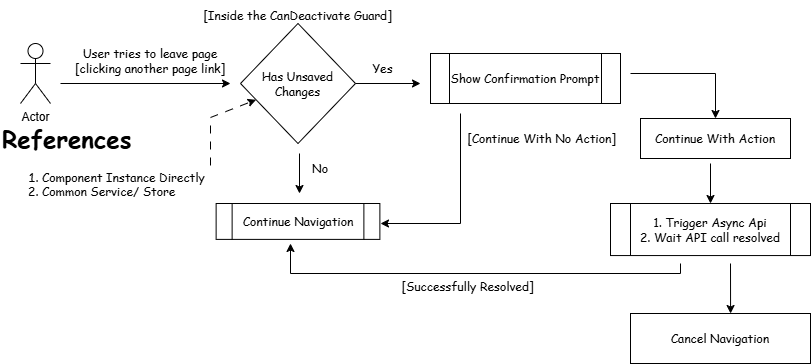
Above: async-guard/AsyncGuardFlowDiagram.drawio.png in TharakaMadhusanka/angular-async-guard (draw.io), before the change. Source tidied: cells renumbered, new cells last; positions are measured from the earlier drawing's top-left corner, leaving out a move shared by most shapes.
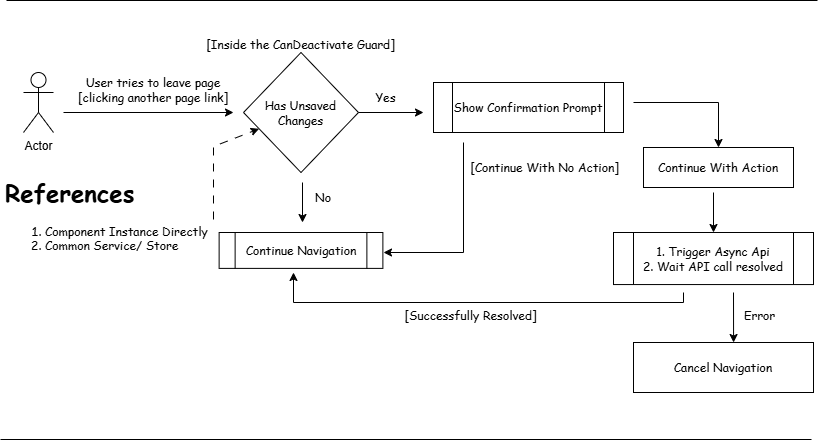
After the commit.

What changed in the source:
```diff
@@ -96,7 +96,7 @@
       </mxGeometry>
     </mxCell>
     <mxCell id="23" value="&lt;h1 style=&quot;margin-top: 0px;&quot;&gt;References&lt;/h1&gt;&lt;p&gt;&lt;/p&gt;&lt;ol&gt;&lt;li&gt;Component Instance Directly&lt;/li&gt;&lt;li&gt;Common Service/ Store&lt;/li&gt;&lt;/ol&gt;&lt;p&gt;&lt;/p&gt;" style="text;html=1;whiteSpace=wrap;overflow=hidden;rounded=0;fontColor=light-dark(#000000,#000033);fontFamily=Comic Sans MS;" parent="1" vertex="1">
-      <mxGeometry y="118" width="210" height="94" as="geometry" />
+      <mxGeometry y="143" width="210" height="94" as="geometry" />
     </mxCell>
     <mxCell id="24" style="endArrow=classic;html=1;rounded=0;exitX=1;exitY=0.5;exitDx=0;exitDy=0;fontColor=light-dark(#000000,#660000);dashed=1;dashPattern=8 8;strokeColor=light-dark(#000000,#CC0000);" parent="1" edge="1" source="23" target="3">
       <mxGeometry relative="1" as="geometry">
@@ -105,5 +105,20 @@
         </Array>
       </mxGeometry>
     </mxCell>
+    <mxCell id="25" value="Error" style="text;html=1;align=left;verticalAlign=middle;whiteSpace=wrap;rounded=0;fontColor=light-dark(#000000,#000033);fontFamily=Comic Sans MS;" parent="1" vertex="1">
+      <mxGeometry x="739" y="271" width="72" height="30" as="geometry" />
+    </mxCell>
+    <mxCell id="26" style="endArrow=none;html=1;rounded=0;fontColor=light-dark(#000000,#000033);strokeColor=light-dark(#000000,#190033);" parent="1" edge="1">
+      <mxGeometry relative="1" as="geometry">
+        <mxPoint x="-3" y="410" as="sourcePoint" />
+        <mxPoint x="808" y="410" as="targetPoint" />
+      </mxGeometry>
+    </mxCell>
+    <mxCell id="27" style="endArrow=none;html=1;rounded=0;fontColor=light-dark(#000000,#000033);strokeColor=light-dark(#000000,#190033);" parent="1" edge="1">
+      <mxGeometry relative="1" as="geometry">
+        <mxPoint x="3" y="-29" as="sourcePoint" />
+        <mxPoint x="814" y="-29" as="targetPoint" />
+      </mxGeometry>
+    </mxCell>
   </root>
 </mxGraphModel>
```
